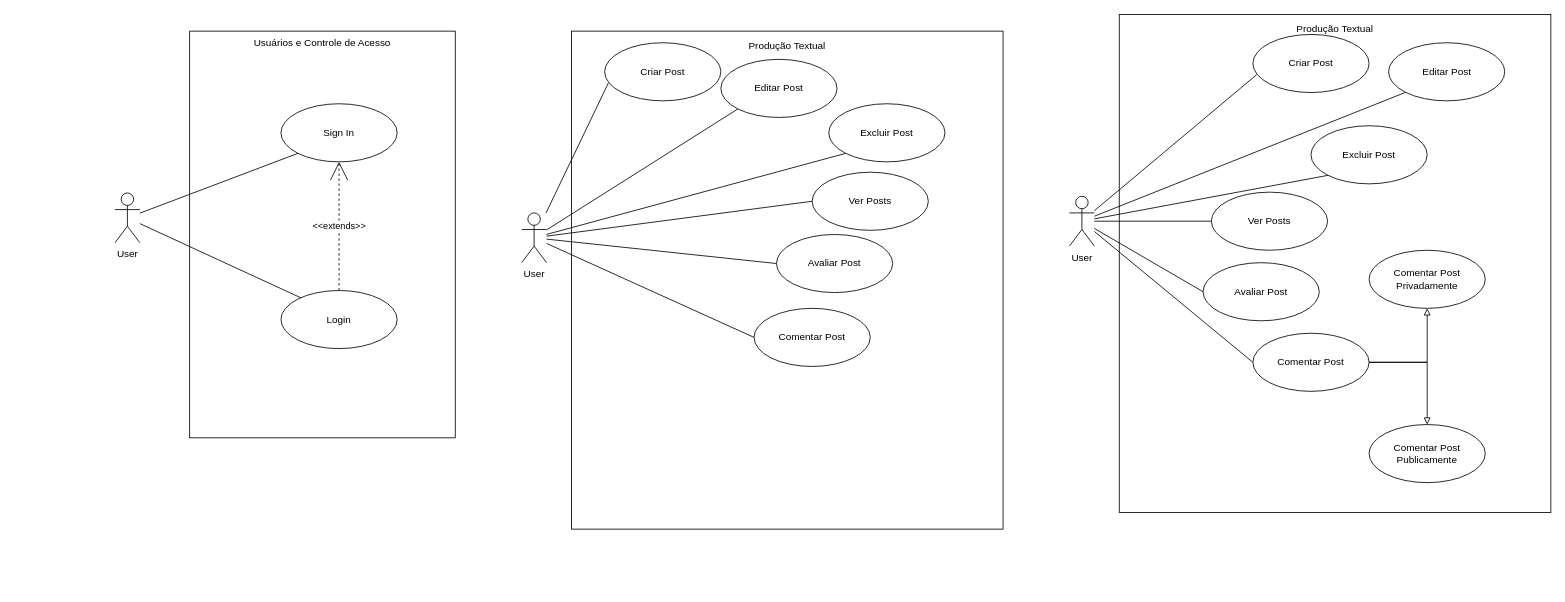
Above: page "Casos de Uso" (1 of 2) of backend/docs/Modelagem - UML.drawio in VitorPaulinoG/YouLyrics (draw.io), before the change. Source tidied: cells renumbered, new cells numbered last; positions are measured from the earlier drawing's top-left corner, leaving out a move shared by most shapes. Both pictures are drawn from the tidied source at 83%, with x=0, y=0 at pixel (115, 14).
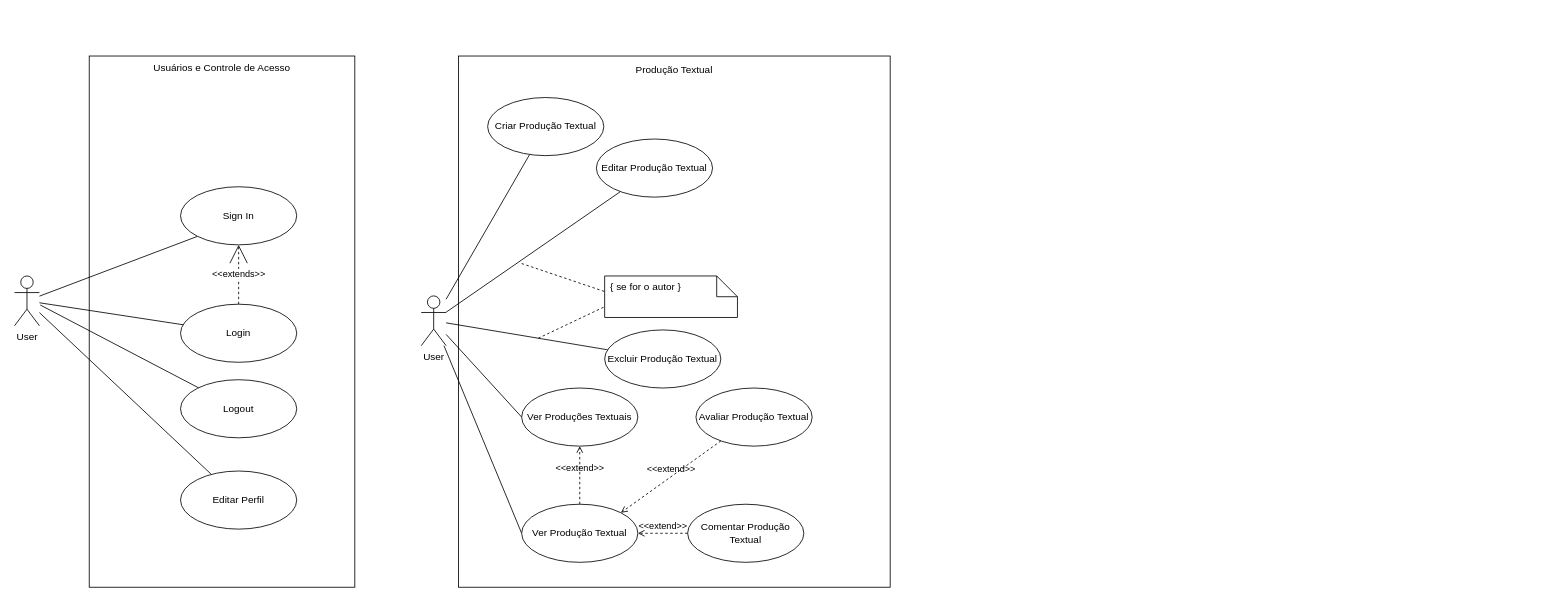
The same page after the edit.

Diff of the diagram source:
```diff
@@
-    <mxCell id="2" style="group;" parent="1" vertex="1">
-      <mxGeometry x="550" y="20" width="520" height="600" as="geometry" />
-    </mxCell>
-    <mxCell id="3" style="rounded=0;whiteSpace=wrap;html=1;fillColor=none;" parent="2" vertex="1">
-      <mxGeometry width="520" height="600" as="geometry" />
+    <mxCell id="3" style="rounded=0;whiteSpace=wrap;html=1;fillColor=none;" parent="1" vertex="1">
+      <mxGeometry x="414" y="50" width="520" height="640" as="geometry" />
     </mxCell>
-    <mxCell id="4" value="Produção Textual" style="text;html=1;align=center;verticalAlign=middle;whiteSpace=wrap;rounded=0;" parent="2" vertex="1">
-      <mxGeometry x="65" width="390" height="36.7" as="geometry" />
-    </mxCell>
-    <mxCell id="5" style="group;" parent="1" vertex="1">
-      <mxGeometry x="90" y="20" width="320" height="490" as="geometry" />
-    </mxCell>
-    <mxCell id="6" style="rounded=0;whiteSpace=wrap;html=1;fillColor=none;" parent="5" vertex="1">
-      <mxGeometry width="320" height="490" as="geometry" />
-    </mxCell>
-    <mxCell id="7" value="Usuários e Controle de Acesso" style="text;html=1;align=center;verticalAlign=middle;whiteSpace=wrap;rounded=0;" parent="5" vertex="1">
-      <mxGeometry x="40" width="240" height="30" as="geometry" />
-    </mxCell>
@@
-    <mxCell id="9" style="edgeStyle=none;html=1;entryX=0.5;entryY=0.429;entryDx=0;entryDy=0;endArrow=none;endFill=0;entryPerimeter=0;" parent="1" edge="1" source="26" target="19">
+    <mxCell id="9" style="edgeStyle=none;html=1;endArrow=none;endFill=0;" parent="1" edge="1" source="26" target="19">
       <mxGeometry relative="1" as="geometry" />
     </mxCell>
-    <mxCell id="10" style="edgeStyle=none;rounded=0;html=1;entryX=0.032;entryY=0.693;entryDx=0;entryDy=0;entryPerimeter=0;endArrow=none;endFill=0;" parent="1" edge="1" source="16" target="20">
+    <mxCell id="10" style="edgeStyle=none;rounded=0;html=1;endArrow=none;endFill=0;" parent="1" edge="1" source="16" target="55">
       <mxGeometry relative="1" as="geometry" />
     </mxCell>
-    <mxCell id="11" style="edgeStyle=none;rounded=0;html=1;entryX=0;entryY=1;entryDx=0;entryDy=0;endArrow=none;endFill=0;" parent="1" edge="1" source="16" target="21">
+    <mxCell id="11" style="edgeStyle=none;rounded=0;html=1;endArrow=none;endFill=0;" parent="1" edge="1" source="16" target="21">
       <mxGeometry relative="1" as="geometry" />
     </mxCell>
-    <mxCell id="12" style="edgeStyle=none;rounded=0;html=1;entryX=0;entryY=1;entryDx=0;entryDy=0;endArrow=none;endFill=0;" parent="1" edge="1" source="16" target="22">
+    <mxCell id="12" style="edgeStyle=none;rounded=0;html=1;endArrow=none;endFill=0;" parent="1" edge="1" source="16" target="22">
       <mxGeometry relative="1" as="geometry" />
     </mxCell>
-    <mxCell id="13" style="rounded=0;html=1;entryX=0;entryY=0.5;entryDx=0;entryDy=0;endArrow=none;endFill=0;endSize=20;" parent="1" edge="1" source="16" target="23">
-      <mxGeometry relative="1" as="geometry" />
-    </mxCell>
-    <mxCell id="14" style="edgeStyle=none;rounded=0;html=1;entryX=0;entryY=0.5;entryDx=0;entryDy=0;endArrow=none;endFill=0;endSize=20;" parent="1" edge="1" source="16" target="24">
-      <mxGeometry relative="1" as="geometry" />
-    </mxCell>
@@
+    <mxCell id="48" style="rounded=0;jettySize=auto;html=1;endArrow=none;startFill=0;entryX=0;entryY=0.5;entryDx=0;entryDy=0;" parent="1" edge="1" source="16" target="51">
+      <mxGeometry relative="1" as="geometry" />
+    </mxCell>
     <mxCell id="16" value="User" style="shape=umlActor;verticalLabelPosition=bottom;verticalAlign=top;html=1;" parent="1" vertex="1">
-      <mxGeometry x="490" y="239" width="30" height="60" as="geometry" />
+      <mxGeometry x="369" y="339" width="30" height="60" as="geometry" />
     </mxCell>
@@
     <mxCell id="18" value="Sign In" style="ellipse;whiteSpace=wrap;html=1;" parent="1" vertex="1">
-      <mxGeometry x="200" y="107.5" width="140" height="70" as="geometry" />
+      <mxGeometry x="79" y="207.5" width="140" height="70" as="geometry" />
     </mxCell>
-    <mxCell id="19" value="Login" style="ellipse;whiteSpace=wrap;html=1;" parent="1" vertex="1">
-      <mxGeometry x="200" y="332.5" width="140" height="70" as="geometry" />
-    </mxCell>
-    <mxCell id="20" value="Criar Post" style="ellipse;whiteSpace=wrap;html=1;" parent="1" vertex="1">
-      <mxGeometry x="590" y="34" width="140" height="70" as="geometry" />
-    </mxCell>
-    <mxCell id="21" value="Editar Post" style="ellipse;whiteSpace=wrap;html=1;" parent="1" vertex="1">
-      <mxGeometry x="730" y="54" width="140" height="70" as="geometry" />
+    <mxCell id="21" value="Editar Produção Textual" style="ellipse;whiteSpace=wrap;html=1;" parent="1" vertex="1">
+      <mxGeometry x="580" y="150" width="140" height="70" as="geometry" />
     </mxCell>
-    <mxCell id="22" value="Excluir Post" style="ellipse;whiteSpace=wrap;html=1;" parent="1" vertex="1">
-      <mxGeometry x="860" y="107.5" width="140" height="70" as="geometry" />
+    <mxCell id="22" value="Excluir Produção Textual" style="ellipse;whiteSpace=wrap;html=1;" parent="1" vertex="1">
+      <mxGeometry x="590" y="380" width="140" height="70" as="geometry" />
     </mxCell>
-    <mxCell id="23" value="Avaliar Post" style="ellipse;whiteSpace=wrap;html=1;" parent="1" vertex="1">
-      <mxGeometry x="797" y="265" width="140" height="70" as="geometry" />
+    <mxCell id="23" value="Avaliar Produção Textual" style="ellipse;whiteSpace=wrap;html=1;" parent="1" vertex="1">
+      <mxGeometry x="700" y="450" width="140" height="70" as="geometry" />
     </mxCell>
-    <mxCell id="24" value="Comentar Post" style="ellipse;whiteSpace=wrap;html=1;" parent="1" vertex="1">
-      <mxGeometry x="770" y="354" width="140" height="70" as="geometry" />
+    <mxCell id="24" value="Comentar Produção Textual" style="ellipse;whiteSpace=wrap;html=1;" parent="1" vertex="1">
+      <mxGeometry x="690" y="590" width="140" height="70" as="geometry" />
     </mxCell>
-    <mxCell id="25" value="Ver Posts" style="ellipse;whiteSpace=wrap;html=1;" parent="1" vertex="1">
-      <mxGeometry x="840" y="190" width="140" height="70" as="geometry" />
+    <mxCell id="25" value="Ver Produções Textuais" style="ellipse;whiteSpace=wrap;html=1;" parent="1" vertex="1">
+      <mxGeometry x="490" y="450" width="140" height="70" as="geometry" />
     </mxCell>
+    <mxCell id="49" style="rounded=0;jettySize=auto;html=1;endArrow=none;endFill=1;startFill=0;" parent="1" edge="1" source="26" target="50">
+      <mxGeometry relative="1" as="geometry" />
+    </mxCell>
     <mxCell id="26" value="User" style="shape=umlActor;verticalLabelPosition=bottom;verticalAlign=top;html=1;" parent="1" vertex="1">
-      <mxGeometry y="215" width="30" height="60" as="geometry" />
+      <mxGeometry x="-121" y="315" width="30" height="60" as="geometry" />
     </mxCell>
-    <mxCell id="27" style="edgeStyle=none;rounded=0;html=1;entryX=0.032;entryY=0.693;entryDx=0;entryDy=0;entryPerimeter=0;endArrow=none;endFill=0;" parent="1" edge="1" source="33" target="34">
-      <mxGeometry relative="1" as="geometry" />
-    </mxCell>
-    <mxCell id="28" style="edgeStyle=none;rounded=0;html=1;entryX=0;entryY=1;entryDx=0;entryDy=0;endArrow=none;endFill=0;" parent="1" edge="1" source="33" target="35">
-      <mxGeometry relative="1" as="geometry" />
-    </mxCell>
-    <mxCell id="29" style="edgeStyle=none;rounded=0;html=1;entryX=0;entryY=1;entryDx=0;entryDy=0;endArrow=none;endFill=0;" parent="1" edge="1" source="33" target="36">
-      <mxGeometry relative="1" as="geometry" />
-    </mxCell>
-    <mxCell id="30" style="rounded=0;html=1;entryX=0;entryY=0.5;entryDx=0;entryDy=0;endArrow=none;endFill=0;endSize=20;" parent="1" edge="1" source="33" target="37">
-      <mxGeometry relative="1" as="geometry" />
-    </mxCell>
-    <mxCell id="31" style="edgeStyle=none;rounded=0;html=1;entryX=0;entryY=0.5;entryDx=0;entryDy=0;endArrow=none;endFill=0;endSize=20;" parent="1" edge="1" source="33" target="38">
-      <mxGeometry relative="1" as="geometry" />
-    </mxCell>
-    <mxCell id="32" style="edgeStyle=none;rounded=0;html=1;entryX=0;entryY=0.5;entryDx=0;entryDy=0;endArrow=none;endFill=0;endSize=20;" parent="1" edge="1" source="33" target="43">
-      <mxGeometry relative="1" as="geometry" />
-    </mxCell>
-    <mxCell id="33" value="User" style="shape=umlActor;verticalLabelPosition=bottom;verticalAlign=top;html=1;" parent="1" vertex="1">
-      <mxGeometry x="1150" y="219" width="30" height="60" as="geometry" />
-    </mxCell>
-    <mxCell id="34" value="Criar Post" style="ellipse;whiteSpace=wrap;html=1;" parent="1" vertex="1">
-      <mxGeometry x="1371" y="24" width="140" height="70" as="geometry" />
-    </mxCell>
-    <mxCell id="35" value="Editar Post" style="ellipse;whiteSpace=wrap;html=1;" parent="1" vertex="1">
-      <mxGeometry x="1534.5" y="34" width="140" height="70" as="geometry" />
-    </mxCell>
-    <mxCell id="36" value="Excluir Post" style="ellipse;whiteSpace=wrap;html=1;" parent="1" vertex="1">
-      <mxGeometry x="1441" y="134" width="140" height="70" as="geometry" />
-    </mxCell>
-    <mxCell id="37" value="Avaliar Post" style="ellipse;whiteSpace=wrap;html=1;" parent="1" vertex="1">
-      <mxGeometry x="1311" y="299" width="140" height="70" as="geometry" />
-    </mxCell>
-    <mxCell id="38" value="Comentar Post" style="ellipse;whiteSpace=wrap;html=1;" parent="1" vertex="1">
-      <mxGeometry x="1371" y="384" width="140" height="70" as="geometry" />
-    </mxCell>
-    <mxCell id="39" style="edgeStyle=orthogonalEdgeStyle;rounded=0;html=1;entryX=1;entryY=0.5;entryDx=0;entryDy=0;endArrow=none;endFill=0;endSize=20;startFill=0;startArrow=block;" parent="1" edge="1" source="40" target="38">
-      <mxGeometry relative="1" as="geometry" />
-    </mxCell>
-    <mxCell id="40" value="Comentar Post&lt;br&gt;Privadamente" style="ellipse;whiteSpace=wrap;html=1;" parent="1" vertex="1">
-      <mxGeometry x="1511" y="284" width="140" height="70" as="geometry" />
-    </mxCell>
-    <mxCell id="41" style="edgeStyle=orthogonalEdgeStyle;rounded=0;html=1;endArrow=none;endFill=0;endSize=20;entryX=1;entryY=0.5;entryDx=0;entryDy=0;exitX=0.5;exitY=0;exitDx=0;exitDy=0;startFill=0;startArrow=block;" parent="1" edge="1" source="42" target="38">
-      <mxGeometry relative="1" as="geometry" />
-    </mxCell>
-    <mxCell id="42" value="Comentar Post&lt;br&gt;Publicamente" style="ellipse;whiteSpace=wrap;html=1;" parent="1" vertex="1">
-      <mxGeometry x="1511" y="494" width="140" height="70" as="geometry" />
-    </mxCell>
-    <mxCell id="43" value="Ver Posts" style="ellipse;whiteSpace=wrap;html=1;" parent="1" vertex="1">
-      <mxGeometry x="1321" y="214" width="140" height="70" as="geometry" />
-    </mxCell>
-    <mxCell id="44" style="group;" parent="1" vertex="1">
-      <mxGeometry x="1210" width="520" height="600" as="geometry" />
-    </mxCell>
-    <mxCell id="45" style="rounded=0;whiteSpace=wrap;html=1;fillColor=none;" parent="44" vertex="1">
-      <mxGeometry width="520" height="600" as="geometry" />
-    </mxCell>
-    <mxCell id="46" value="Produção Textual" style="text;html=1;align=center;verticalAlign=middle;whiteSpace=wrap;rounded=0;" parent="44" vertex="1">
-      <mxGeometry x="65" width="390" height="36.7" as="geometry" />
-    </mxCell>
+    <mxCell id="6" style="rounded=0;whiteSpace=wrap;html=1;fillColor=none;" parent="1" vertex="1">
+      <mxGeometry x="-31" y="50" width="320" height="640" as="geometry" />
+    </mxCell>
     <mxCell id="47" value="&amp;nbsp;" style="text;whiteSpace=wrap;html=1;" parent="1" vertex="1">
-      <mxGeometry x="460" y="300" width="40" height="40" as="geometry" />
+      <mxGeometry x="339" y="400" width="40" height="40" as="geometry" />
     </mxCell>
+    <mxCell id="7" value="Usuários e Controle de Acesso" style="text;html=1;align=center;verticalAlign=middle;whiteSpace=wrap;rounded=0;" parent="1" vertex="1">
+      <mxGeometry x="9" y="50" width="240" height="30" as="geometry" />
+    </mxCell>
+    <mxCell id="19" value="Login" style="ellipse;whiteSpace=wrap;html=1;" parent="1" vertex="1">
+      <mxGeometry x="79" y="349" width="140" height="70" as="geometry" />
+    </mxCell>
+    <mxCell id="50" value="Editar Perfil" style="ellipse;whiteSpace=wrap;html=1;" parent="1" vertex="1">
+      <mxGeometry x="79" y="550" width="140" height="70" as="geometry" />
+    </mxCell>
+    <mxCell id="51" value="Ver Produção Textual" style="ellipse;whiteSpace=wrap;html=1;" parent="1" vertex="1">
+      <mxGeometry x="490" y="590" width="140" height="70" as="geometry" />
+    </mxCell>
+    <mxCell id="52" value="&amp;lt;&amp;lt;extend&amp;gt;&amp;gt;" style="html=1;verticalAlign=bottom;labelBackgroundColor=none;endArrow=open;endFill=0;dashed=1;rounded=0;exitX=0.5;exitY=0;exitDx=0;exitDy=0;" parent="1" edge="1" source="51" target="25">
+      <mxGeometry relative="1" as="geometry" />
+    </mxCell>
+    <mxCell id="53" value="&amp;lt;&amp;lt;extend&amp;gt;&amp;gt;" style="html=1;verticalAlign=bottom;labelBackgroundColor=none;endArrow=open;endFill=0;dashed=1;rounded=0;entryX=1;entryY=0;entryDx=0;entryDy=0;" parent="1" edge="1" source="23" target="51">
+      <mxGeometry relative="1" as="geometry" />
+    </mxCell>
+    <mxCell id="54" value="&amp;lt;&amp;lt;extend&amp;gt;&amp;gt;" style="html=1;verticalAlign=bottom;labelBackgroundColor=none;endArrow=open;endFill=0;dashed=1;rounded=0;entryX=1;entryY=0.5;entryDx=0;entryDy=0;exitX=0;exitY=0.5;exitDx=0;exitDy=0;" parent="1" edge="1" source="24" target="51">
+      <mxGeometry relative="1" as="geometry" />
+    </mxCell>
+    <mxCell id="55" value="Criar Produção Textual" style="ellipse;whiteSpace=wrap;html=1;" parent="1" vertex="1">
+      <mxGeometry x="449" y="100" width="140" height="70" as="geometry" />
+    </mxCell>
+    <mxCell id="4" value="Produção Textual" style="text;html=1;align=center;verticalAlign=middle;whiteSpace=wrap;rounded=0;" parent="1" vertex="1">
+      <mxGeometry x="479" y="50" width="390" height="34.9" as="geometry" />
+    </mxCell>
+    <mxCell id="56" style="shape=note2;boundedLbl=1;whiteSpace=wrap;html=1;size=25;verticalAlign=top;align=center;" parent="1" vertex="1">
+      <mxGeometry x="590" y="315" width="160" height="50" as="geometry" />
+    </mxCell>
+    <mxCell id="57" value="{ se for o autor }" style="strokeColor=none;fillColor=none;align=left;spacingLeft=5;" parent="56" vertex="1">
+      <mxGeometry width="160" height="25" relative="1" as="geometry" />
+    </mxCell>
+    <mxCell id="58" style="endArrow=none;dashed=1;html=1;rounded=0;entryX=-0.008;entryY=0.753;entryDx=0;entryDy=0;entryPerimeter=0;" parent="1" edge="1" target="56">
+      <mxGeometry relative="1" as="geometry">
+        <mxPoint x="510" y="390" as="sourcePoint" />
+      </mxGeometry>
+    </mxCell>
+    <mxCell id="59" style="endArrow=none;dashed=1;html=1;rounded=0;entryX=0;entryY=0.75;entryDx=0;entryDy=0;" parent="1" edge="1" target="57">
+      <mxGeometry relative="1" as="geometry">
+        <mxPoint x="490" y="300" as="sourcePoint" />
+      </mxGeometry>
+    </mxCell>
+    <mxCell id="60" value="Logout" style="ellipse;whiteSpace=wrap;html=1;" parent="1" vertex="1">
+      <mxGeometry x="79" y="440" width="140" height="70" as="geometry" />
+    </mxCell>
+    <mxCell id="61" style="rounded=0;jettySize=auto;html=1;endArrow=none;endFill=1;startFill=0;" parent="1" edge="1" target="60">
+      <mxGeometry relative="1" as="geometry">
+        <mxPoint x="-90" y="350" as="sourcePoint" />
+      </mxGeometry>
+    </mxCell>
```
